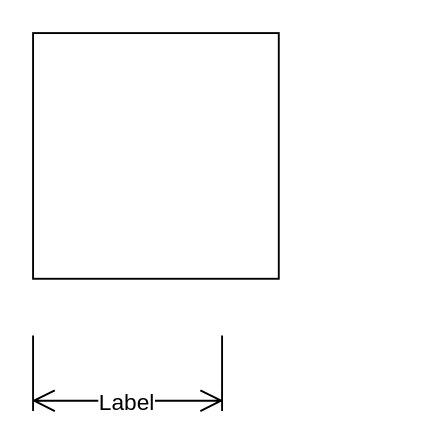
The draw.io diagram Untitled Diagram.drawio in episcopus2001/wohnflaeche, before the edit. Source tidied: cells renumbered, new cells numbered last; positions are measured from the earlier drawing's top-left corner, leaving out a move shared by most shapes. Both pictures are drawn from the tidied source at 189%, with x=0, y=0 at pixel (32, 32).
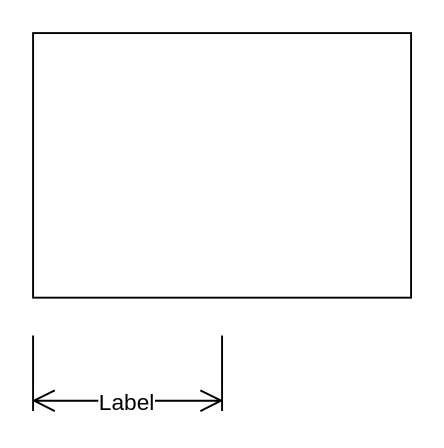
After the change.

The edit, as a diff of the source:
```diff
@@
 <mxGraphModel>
   <root>
     <mxCell id="0" />
     <mxCell id="1" parent="0" />
-    <mxCell id="2" style="whiteSpace=wrap;html=1;" parent="1" vertex="1">
-      <mxGeometry width="130" height="130" as="geometry" />
-    </mxCell>
     <mxCell id="3" value="Label" style="shape=dimension;whiteSpace=wrap;html=1;align=center;verticalAlign=bottom;spacingBottom=-5;labelBackgroundColor=#ffffff;" parent="1" vertex="1">
       <mxGeometry y="160" width="100" height="40" as="geometry" />
     </mxCell>
+    <mxCell id="4" style="rounded=0;whiteSpace=wrap;html=1;" parent="1" vertex="1">
+      <mxGeometry width="200" height="140" as="geometry" />
+    </mxCell>
   </root>
 </mxGraphModel>
```
